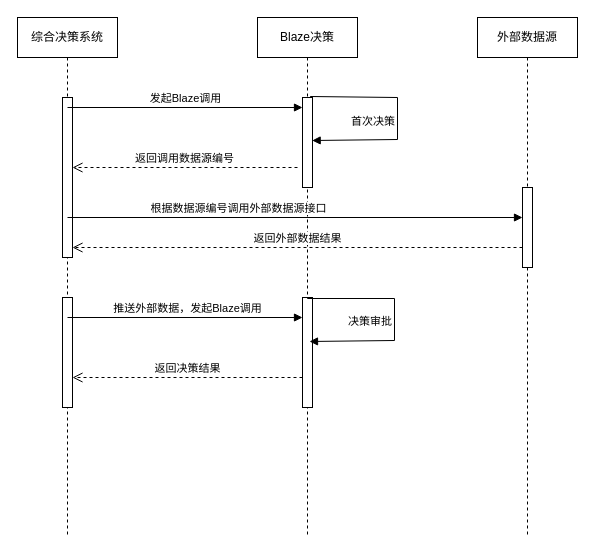
This is Untitled Diagram.drawio from xianqiangliu/windows95, a draw.io file, before an edit. Source tidied: cells renumbered, new cells numbered last; positions are measured from the earlier drawing's top-left corner, leaving out a move shared by most shapes. Both pictures are drawn from the tidied source at 100%, with x=0, y=0 at pixel (17, 17).
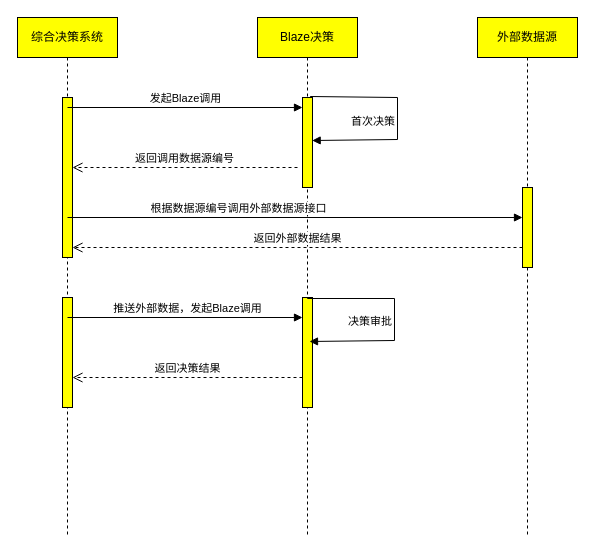
The same diagram, later.

What changed in the source:
```diff
@@
-    <mxCell id="2" value="综合决策系统" style="shape=umlLifeline;perimeter=lifelinePerimeter;whiteSpace=wrap;html=1;fillColor=#FFFFFF;" parent="1" vertex="1">
+    <mxCell id="2" value="综合决策系统" style="shape=umlLifeline;perimeter=lifelinePerimeter;whiteSpace=wrap;html=1;fillColor=#FFFF00;" parent="1" vertex="1">
       <mxGeometry width="100" height="520" as="geometry" />
     </mxCell>
-    <mxCell id="3" style="html=1;points=[];perimeter=orthogonalPerimeter;fillColor=#FFFFFF;" parent="2" vertex="1">
+    <mxCell id="3" style="html=1;points=[];perimeter=orthogonalPerimeter;fillColor=#FFFF00;" parent="2" vertex="1">
       <mxGeometry x="45" y="80" width="10" height="160" as="geometry" />
     </mxCell>
@@
-    <mxCell id="5" style="html=1;points=[];perimeter=orthogonalPerimeter;fillColor=#FFFFFF;" parent="2" vertex="1">
+    <mxCell id="5" style="html=1;points=[];perimeter=orthogonalPerimeter;fillColor=#FFFF00;" parent="2" vertex="1">
       <mxGeometry x="45" y="280" width="10" height="110" as="geometry" />
     </mxCell>
-    <mxCell id="6" value="Blaze决策" style="shape=umlLifeline;perimeter=lifelinePerimeter;whiteSpace=wrap;html=1;fillColor=#FFFFFF;" parent="1" vertex="1">
+    <mxCell id="6" value="Blaze决策" style="shape=umlLifeline;perimeter=lifelinePerimeter;whiteSpace=wrap;html=1;fillColor=#FFFF00;" parent="1" vertex="1">
       <mxGeometry x="240" width="100" height="520" as="geometry" />
     </mxCell>
-    <mxCell id="7" style="html=1;points=[];perimeter=orthogonalPerimeter;fillColor=#FFFFFF;" parent="6" vertex="1">
+    <mxCell id="7" style="html=1;points=[];perimeter=orthogonalPerimeter;fillColor=#FFFF00;" parent="6" vertex="1">
       <mxGeometry x="45" y="80" width="10" height="90" as="geometry" />
     </mxCell>
@@
-    <mxCell id="9" style="html=1;perimeter=orthogonalPerimeter;fillColor=#FFFFFF;" parent="6" vertex="1">
+    <mxCell id="9" style="html=1;perimeter=orthogonalPerimeter;fillColor=#FFFF00;" parent="6" vertex="1">
       <mxGeometry x="45" y="280" width="10" height="110" as="geometry" />
     </mxCell>
-    <mxCell id="10" value="外部数据源" style="shape=umlLifeline;perimeter=lifelinePerimeter;whiteSpace=wrap;html=1;fillColor=#FFFFFF;" parent="1" vertex="1">
+    <mxCell id="10" value="外部数据源" style="shape=umlLifeline;perimeter=lifelinePerimeter;whiteSpace=wrap;html=1;fillColor=#FFFF00;" parent="1" vertex="1">
       <mxGeometry x="460" width="100" height="520" as="geometry" />
     </mxCell>
-    <mxCell id="11" style="html=1;points=[];perimeter=orthogonalPerimeter;fillColor=#FFFFFF;" parent="10" vertex="1">
+    <mxCell id="11" style="html=1;points=[];perimeter=orthogonalPerimeter;fillColor=#FFFF00;" parent="10" vertex="1">
       <mxGeometry x="45" y="170" width="10" height="80" as="geometry" />
     </mxCell>
```
